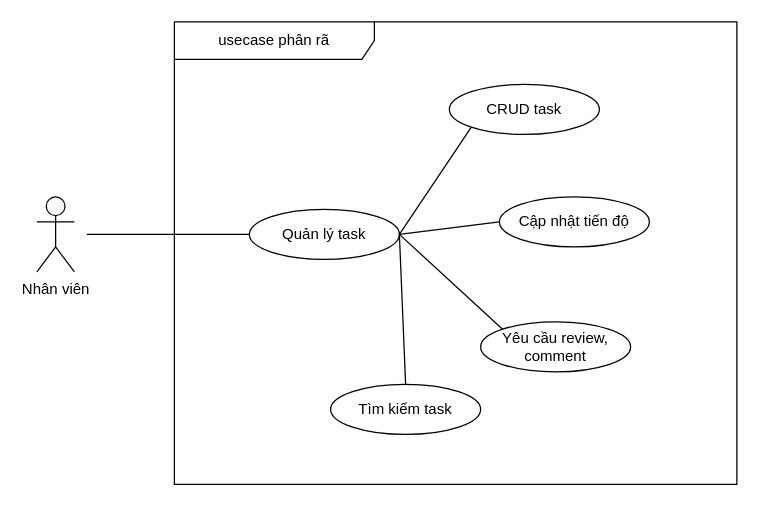
Above: design/draw/nhân_viên/quanlytask.dio in nmtun/datn_hust_2026 (draw.io), before the change. Source tidied: cells renumbered, new cells numbered last; positions are measured from the earlier drawing's top-left corner, leaving out a move shared by most shapes. Both pictures are drawn from the tidied source at 125%, with x=0, y=0 at pixel (36, 21).
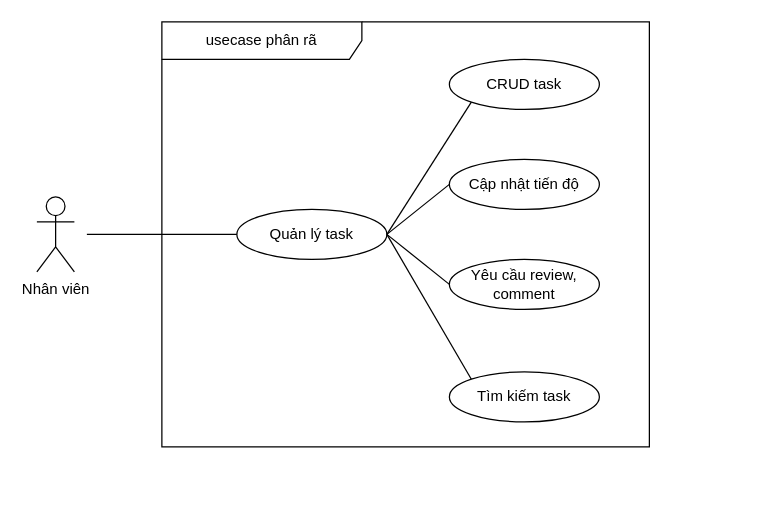
The same page after the edit.

Diff of the diagram source:
```diff
@@
 <mxGraphModel>
   <root>
     <mxCell id="0" />
     <mxCell id="1" parent="0" />
     <mxCell id="2" value="usecase phân rã" style="shape=umlFrame;whiteSpace=wrap;html=1;width=160;" parent="1" vertex="1">
-      <mxGeometry x="110" width="450" height="370" as="geometry" />
+      <mxGeometry x="100" width="390" height="340" as="geometry" />
     </mxCell>
     <mxCell id="3" value="Quản lý task" style="ellipse;whiteSpace=wrap;html=1;" parent="2" vertex="1">
       <mxGeometry x="60" y="150" width="120" height="40" as="geometry" />
     </mxCell>
     <mxCell id="4" value="CRUD task" style="ellipse;whiteSpace=wrap;html=1;" parent="2" vertex="1">
-      <mxGeometry x="220" y="50" width="120" height="40" as="geometry" />
+      <mxGeometry x="230" y="30" width="120" height="40" as="geometry" />
     </mxCell>
     <mxCell id="5" value="Cập nhật tiến độ" style="ellipse;whiteSpace=wrap;html=1;" parent="2" vertex="1">
-      <mxGeometry x="260" y="140" width="120" height="40" as="geometry" />
+      <mxGeometry x="230" y="110" width="120" height="40" as="geometry" />
     </mxCell>
     <mxCell id="6" value="Yêu cầu review, comment" style="ellipse;whiteSpace=wrap;html=1;" parent="2" vertex="1">
-      <mxGeometry x="245" y="240" width="120" height="40" as="geometry" />
+      <mxGeometry x="230" y="190" width="120" height="40" as="geometry" />
     </mxCell>
     <mxCell id="7" style="endArrow=none;startArrow=none;endFill=0;startFill=0;endSize=8;html=1;verticalAlign=bottom;labelBackgroundColor=none;strokeWidth=1;entryX=0;entryY=1;entryDx=0;entryDy=0;exitX=1;exitY=0.5;exitDx=0;exitDy=0;" parent="2" edge="1" source="3" target="4">
       <mxGeometry relative="1" as="geometry" />
     </mxCell>
     <mxCell id="8" style="endArrow=none;startArrow=none;endFill=0;startFill=0;endSize=8;html=1;verticalAlign=bottom;labelBackgroundColor=none;strokeWidth=1;entryX=0;entryY=0.5;entryDx=0;entryDy=0;exitX=1;exitY=0.5;exitDx=0;exitDy=0;" parent="2" edge="1" source="3" target="5">
       <mxGeometry relative="1" as="geometry" />
     </mxCell>
-    <mxCell id="9" style="endArrow=none;startArrow=none;endFill=0;startFill=0;endSize=8;html=1;verticalAlign=bottom;labelBackgroundColor=none;strokeWidth=1;entryX=0;entryY=0;entryDx=0;entryDy=0;exitX=1;exitY=0.5;exitDx=0;exitDy=0;" parent="2" edge="1" source="3" target="6">
+    <mxCell id="9" style="endArrow=none;startArrow=none;endFill=0;startFill=0;endSize=8;html=1;verticalAlign=bottom;labelBackgroundColor=none;strokeWidth=1;entryX=0;entryY=0.5;entryDx=0;entryDy=0;exitX=1;exitY=0.5;exitDx=0;exitDy=0;" parent="2" edge="1" source="3" target="6">
       <mxGeometry relative="1" as="geometry" />
     </mxCell>
     <mxCell id="10" value="Tìm kiếm task" style="ellipse;whiteSpace=wrap;html=1;" parent="2" vertex="1">
-      <mxGeometry x="125" y="290" width="120" height="40" as="geometry" />
+      <mxGeometry x="230" y="280" width="120" height="40" as="geometry" />
     </mxCell>
-    <mxCell id="11" style="endArrow=none;startArrow=none;endFill=0;startFill=0;endSize=8;html=1;verticalAlign=bottom;labelBackgroundColor=none;strokeWidth=1;entryX=0.5;entryY=0;entryDx=0;entryDy=0;exitX=1;exitY=0.5;exitDx=0;exitDy=0;" parent="2" edge="1" source="3" target="10">
+    <mxCell id="11" style="endArrow=none;startArrow=none;endFill=0;startFill=0;endSize=8;html=1;verticalAlign=bottom;labelBackgroundColor=none;strokeWidth=1;entryX=0;entryY=0;entryDx=0;entryDy=0;exitX=1;exitY=0.5;exitDx=0;exitDy=0;" parent="2" edge="1" source="3" target="10">
       <mxGeometry relative="1" as="geometry" />
     </mxCell>
     <mxCell id="12" value="Nhân viên" style="shape=umlActor;verticalLabelPosition=bottom;verticalAlign=top;html=1;" parent="1" vertex="1">
       <mxGeometry y="140" width="30" height="60" as="geometry" />
     </mxCell>
     <mxCell id="13" style="endArrow=none;startArrow=none;endFill=0;startFill=0;endSize=8;html=1;verticalAlign=bottom;labelBackgroundColor=none;strokeWidth=1;entryX=0;entryY=0.5;entryDx=0;entryDy=0;" parent="1" edge="1" target="3">
       <mxGeometry relative="1" as="geometry">
         <mxPoint x="40" y="170" as="sourcePoint" />
       </mxGeometry>
     </mxCell>
   </root>
 </mxGraphModel>
```
